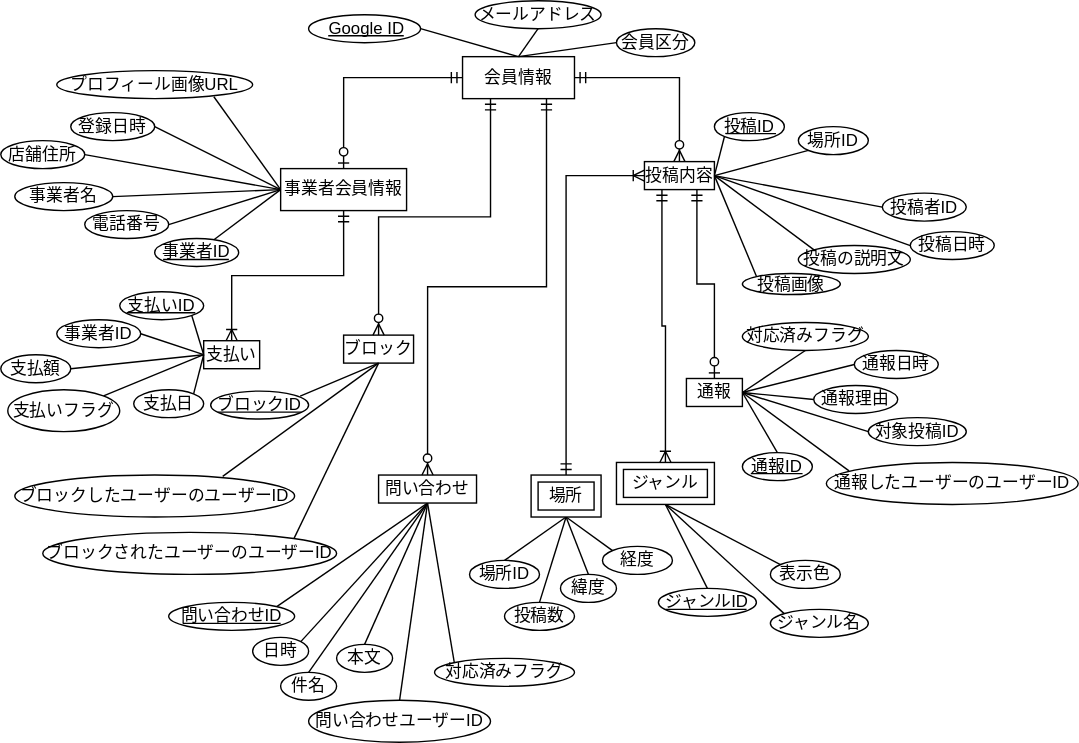
This is sections/section8_database.svg from KUT-Group12/external-design, a draw.io export, as it was before one commit. Source tidied: cells renumbered, new cells last; positions are measured from the earlier drawing's top-left corner, leaving out a move shared by most shapes.
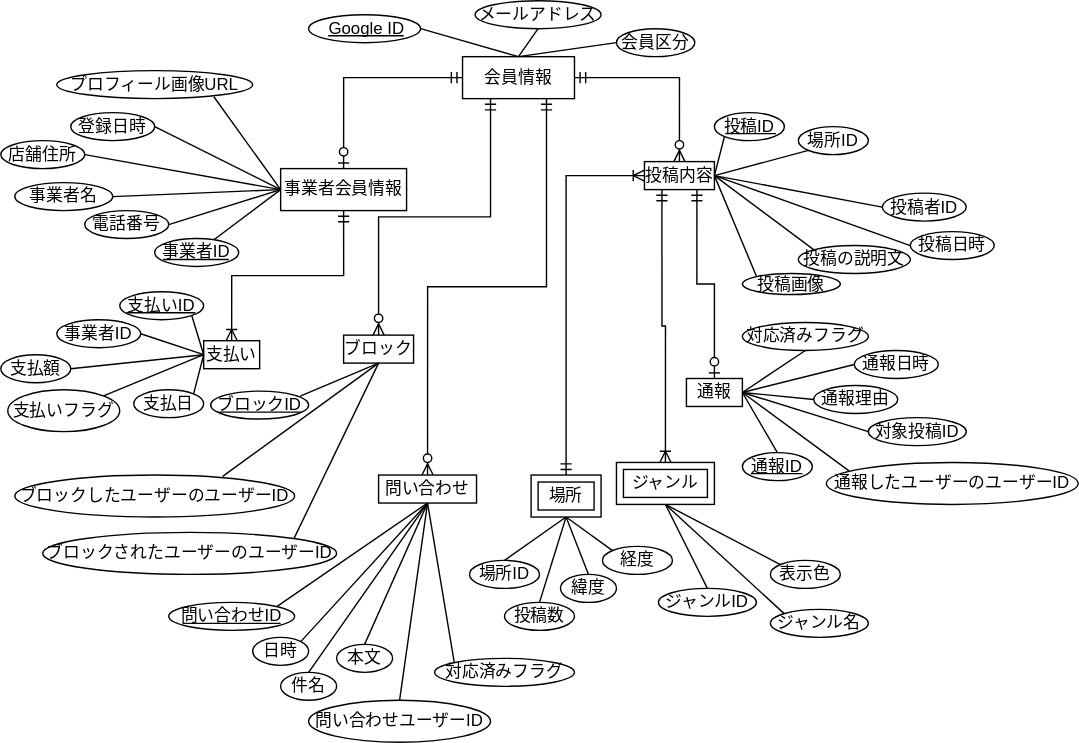
After the change.

Commit message:
docs : ジャンルが弱実体になったことで主キーがなくなりました

Diff of the diagram source:
```diff
@@ -359,8 +359,5 @@
     <mxCell id="114" value="ジャンルID" style="ellipse;whiteSpace=wrap;html=1;align=center;fontStyle=0;" parent="113" vertex="1">
       <mxGeometry width="70" height="20" as="geometry" />
     </mxCell>
-    <mxCell id="115" style="line;strokeWidth=1;dashed=0;labelPosition=right;align=left;verticalAlign=middle;spacingTop=0;spacingLeft=6;" parent="113" vertex="1">
-      <mxGeometry x="5" y="10" width="58" height="10" as="geometry" />
-    </mxCell>
   </root>
 </mxGraphModel>
```
